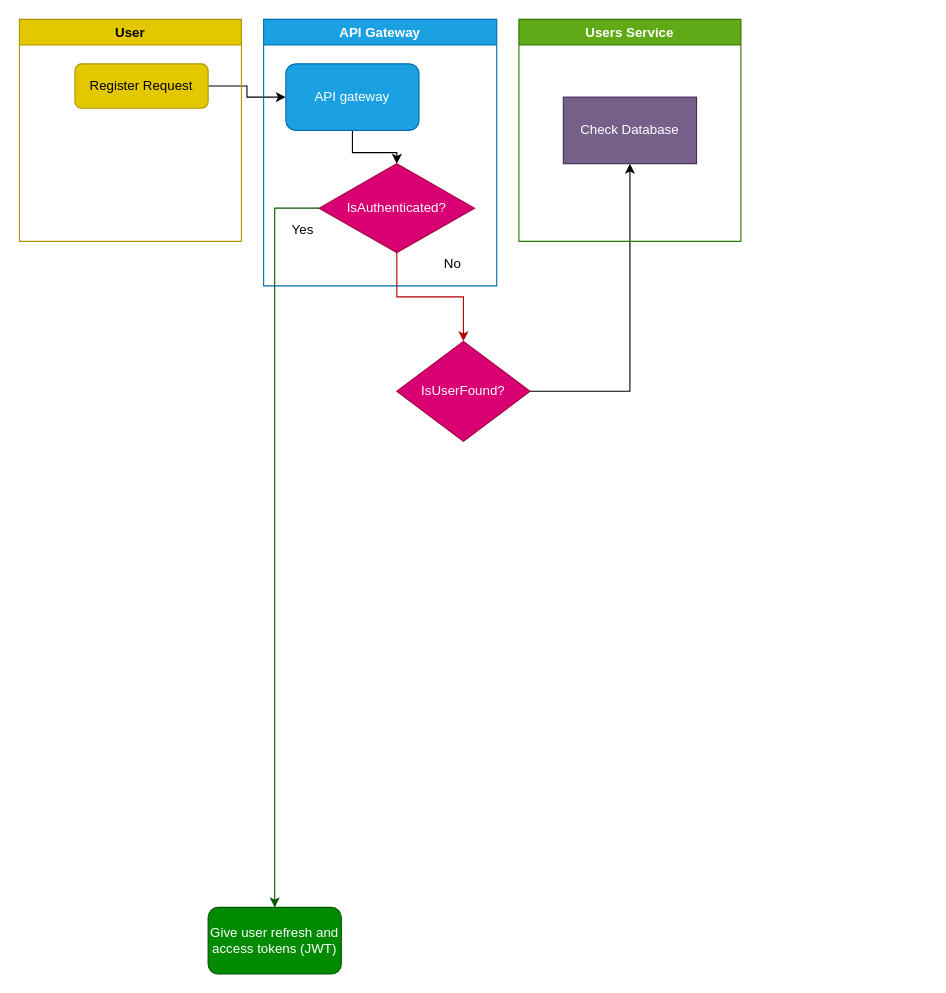
Above: register-flow.drawio in rittaschool/diagrams (draw.io), before the change. Source tidied: cells renumbered, new cells numbered last; positions are measured from the earlier drawing's top-left corner, leaving out a move shared by most shapes. Both pictures are drawn from the tidied source at 111%, with x=0, y=0 at pixel (19, 19).
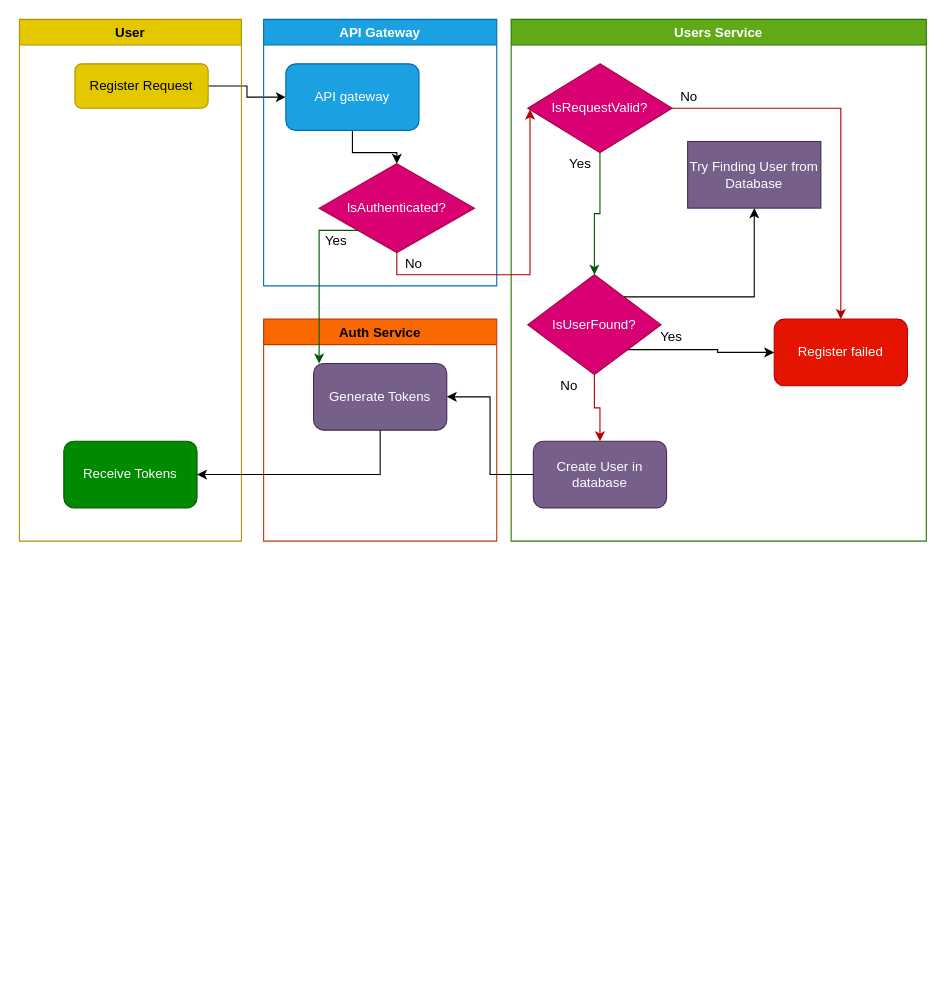
Above is the later version.

The change refers to these unchanged cells:
```xml
<mxCell id="3" value="API Gateway" style="swimlane;fillColor=#1ba1e2;fontColor=#ffffff;strokeColor=#006EAF;" parent="1" vertex="1">
  <mxGeometry x="220" width="210" height="240" as="geometry" />
</mxCell>
<mxCell id="6" value="IsAuthenticated?" style="rhombus;whiteSpace=wrap;html=1;fillColor=#d80073;fontColor=#ffffff;strokeColor=#A50040;" parent="3" vertex="1">
  <mxGeometry x="50" y="130" width="140" height="80" as="geometry" />
</mxCell>
```

What changed in the source:
```diff
@@
     <mxCell id="7" value="Yes" style="text;html=1;align=center;verticalAlign=middle;strokeColor=none;fillColor=none;" parent="3" vertex="1">
-      <mxGeometry x="20" y="180" width="30" height="20" as="geometry" />
+      <mxGeometry x="50" y="190" width="30" height="20" as="geometry" />
     </mxCell>
+    <mxCell id="13" value="No" style="text;html=1;align=center;verticalAlign=middle;strokeColor=none;fillColor=none;" parent="3" vertex="1">
+      <mxGeometry x="120" y="210" width="30" height="20" as="geometry" />
+    </mxCell>
+    <mxCell id="14" value="Users Service" style="swimlane;fillColor=#60a917;fontColor=#ffffff;strokeColor=#2D7600;" parent="1" vertex="1">
+      <mxGeometry x="443" width="374" height="470" as="geometry" />
+    </mxCell>
+    <mxCell id="18" style="edgeStyle=orthogonalEdgeStyle;rounded=0;jettySize=auto;html=1;exitX=0.5;exitY=1;exitDx=0;exitDy=0;fillColor=#e51400;strokeColor=#B20000;" parent="14" edge="1" source="11" target="26">
+      <mxGeometry relative="1" as="geometry" />
+    </mxCell>
+    <mxCell id="19" style="edgeStyle=orthogonalEdgeStyle;rounded=0;jettySize=auto;html=1;exitX=1;exitY=1;exitDx=0;exitDy=0;" parent="14" edge="1" source="11" target="27">
+      <mxGeometry relative="1" as="geometry" />
+    </mxCell>
+    <mxCell id="11" value="IsUserFound?" style="rhombus;whiteSpace=wrap;html=1;fillColor=#d80073;fontColor=#ffffff;strokeColor=#A50040;" parent="14" vertex="1">
+      <mxGeometry x="15" y="230" width="120" height="90" as="geometry" />
+    </mxCell>
+    <mxCell id="20" value="Yes" style="text;html=1;align=center;verticalAlign=middle;strokeColor=none;fillColor=none;" parent="14" vertex="1">
+      <mxGeometry x="129" y="276" width="30" height="20" as="geometry" />
+    </mxCell>
+    <mxCell id="21" style="edgeStyle=orthogonalEdgeStyle;rounded=0;jettySize=auto;html=1;exitX=0.5;exitY=1;exitDx=0;exitDy=0;fillColor=#008a00;strokeColor=#005700;" parent="14" edge="1" source="22" target="11">
+      <mxGeometry relative="1" as="geometry" />
+    </mxCell>
+    <mxCell id="22" value="IsRequestValid?" style="rhombus;whiteSpace=wrap;html=1;fillColor=#d80073;fontColor=#ffffff;strokeColor=#A50040;" parent="14" vertex="1">
+      <mxGeometry x="15" y="40" width="130" height="80" as="geometry" />
+    </mxCell>
+    <mxCell id="23" value="No" style="text;html=1;align=center;verticalAlign=middle;strokeColor=none;fillColor=none;" parent="14" vertex="1">
+      <mxGeometry x="145" y="60" width="30" height="20" as="geometry" />
+    </mxCell>
+    <mxCell id="24" value="Yes" style="text;html=1;align=center;verticalAlign=middle;strokeColor=none;fillColor=none;" parent="14" vertex="1">
+      <mxGeometry x="47" y="120" width="30" height="20" as="geometry" />
+    </mxCell>
+    <mxCell id="25" value="No" style="text;html=1;align=center;verticalAlign=middle;strokeColor=none;fillColor=none;" parent="14" vertex="1">
+      <mxGeometry x="37" y="320" width="30" height="20" as="geometry" />
+    </mxCell>
+    <mxCell id="15" value="Try Finding User from Database" style="whiteSpace=wrap;html=1;fontColor=#ffffff;strokeColor=#432D57;fillColor=#76608a;" parent="14" vertex="1">
+      <mxGeometry x="159" y="110" width="120" height="60" as="geometry" />
+    </mxCell>
+    <mxCell id="10" style="edgeStyle=orthogonalEdgeStyle;rounded=0;jettySize=auto;html=1;" parent="14" edge="1" source="11" target="15">
+      <mxGeometry relative="1" as="geometry">
+        <Array as="points">
+          <mxPoint x="219" y="250" />
+        </Array>
+      </mxGeometry>
+    </mxCell>
+    <mxCell id="26" value="Create User in database" style="rounded=1;whiteSpace=wrap;html=1;fillColor=#76608a;fontColor=#ffffff;strokeColor=#432D57;" parent="14" vertex="1">
+      <mxGeometry x="20" y="380" width="120" height="60" as="geometry" />
+    </mxCell>
+    <mxCell id="27" value="Register failed" style="whiteSpace=wrap;html=1;rounded=1;fillColor=#e51400;fontColor=#ffffff;strokeColor=#B20000;" parent="14" vertex="1">
+      <mxGeometry x="237" y="270" width="120" height="60" as="geometry" />
+    </mxCell>
+    <mxCell id="28" style="edgeStyle=orthogonalEdgeStyle;rounded=0;jettySize=auto;html=1;exitX=1;exitY=0.5;exitDx=0;exitDy=0;fillColor=#e51400;strokeColor=#B20000;" parent="14" edge="1" source="22" target="27">
+      <mxGeometry relative="1" as="geometry" />
+    </mxCell>
+    <mxCell id="16" value="User" style="swimlane;fillColor=#e3c800;fontColor=#000000;strokeColor=#B09500;" parent="1" vertex="1">
+      <mxGeometry width="200" height="470" as="geometry" />
+    </mxCell>
+    <mxCell id="17" value="Register Request" style="rounded=1;whiteSpace=wrap;html=1;fontSize=12;glass=0;strokeWidth=1;shadow=0;fillColor=#e3c800;fontColor=#000000;strokeColor=#B09500;" parent="16" vertex="1">
+      <mxGeometry x="50" y="40" width="120" height="40" as="geometry" />
+    </mxCell>
+    <mxCell id="29" value="Receive Tokens" style="whiteSpace=wrap;html=1;rounded=1;fillColor=#008a00;fontColor=#ffffff;strokeColor=#005700;" parent="16" vertex="1">
+      <mxGeometry x="40" y="380" width="120" height="60" as="geometry" />
+    </mxCell>
+    <mxCell id="30" style="edgeStyle=orthogonalEdgeStyle;rounded=0;jettySize=auto;html=1;exitX=0.5;exitY=1;exitDx=0;exitDy=0;fillColor=#e51400;strokeColor=#B20000;" parent="1" edge="1" source="6" target="22">
+      <mxGeometry relative="1" as="geometry">
+        <Array as="points">
+          <mxPoint x="340" y="230" />
+          <mxPoint x="460" y="230" />
+        </Array>
+      </mxGeometry>
+    </mxCell>
+    <mxCell id="31" value="Auth Service" style="swimlane;fillColor=#fa6800;fontColor=#000000;strokeColor=#C73500;" parent="1" vertex="1">
+      <mxGeometry x="220" y="270" width="210" height="200" as="geometry" />
+    </mxCell>
-    <mxCell id="8" value="Give user refresh and access tokens (JWT)" style="whiteSpace=wrap;html=1;rounded=1;fillColor=#008a00;fontColor=#ffffff;strokeColor=#005700;" parent="1" vertex="1">
-      <mxGeometry x="170" y="800" width="120" height="60" as="geometry" />
+    <mxCell id="8" value="Generate Tokens" style="whiteSpace=wrap;html=1;rounded=1;fillColor=#76608a;fontColor=#ffffff;strokeColor=#432D57;" parent="31" vertex="1">
+      <mxGeometry x="45" y="40" width="120" height="60" as="geometry" />
     </mxCell>
-    <mxCell id="9" style="edgeStyle=orthogonalEdgeStyle;rounded=0;jettySize=auto;html=1;exitX=0;exitY=0.5;exitDx=0;exitDy=0;fillColor=#008a00;strokeColor=#005700;" parent="1" edge="1" source="6" target="8">
-      <mxGeometry relative="1" as="geometry" />
+    <mxCell id="9" style="edgeStyle=orthogonalEdgeStyle;rounded=0;jettySize=auto;html=1;exitX=0;exitY=1;exitDx=0;exitDy=0;fontColor=#FFFFFF;fillColor=#008a00;strokeColor=#005700;" parent="1" edge="1" source="6" target="8">
+      <mxGeometry relative="1" as="geometry">
+        <Array as="points">
+          <mxPoint x="270" y="190" />
+        </Array>
+      </mxGeometry>
     </mxCell>
-    <mxCell id="10" style="edgeStyle=orthogonalEdgeStyle;rounded=0;jettySize=auto;html=1;" parent="1" edge="1" source="11" target="15">
-      <mxGeometry relative="1" as="geometry" />
-    </mxCell>
-    <mxCell id="11" value="IsUserFound?" style="rhombus;whiteSpace=wrap;html=1;fillColor=#d80073;fontColor=#ffffff;strokeColor=#A50040;" parent="1" vertex="1">
-      <mxGeometry x="340" y="290" width="120" height="90" as="geometry" />
-    </mxCell>
-    <mxCell id="12" style="edgeStyle=orthogonalEdgeStyle;rounded=0;jettySize=auto;html=1;exitX=0.5;exitY=1;exitDx=0;exitDy=0;fillColor=#e51400;strokeColor=#B20000;" parent="1" edge="1" source="6" target="11">
-      <mxGeometry relative="1" as="geometry" />
-    </mxCell>
-    <mxCell id="13" value="No" style="text;html=1;align=center;verticalAlign=middle;strokeColor=none;fillColor=none;" parent="1" vertex="1">
-      <mxGeometry x="375" y="210" width="30" height="20" as="geometry" />
-    </mxCell>
-    <mxCell id="14" value="Users Service" style="swimlane;fillColor=#60a917;fontColor=#ffffff;strokeColor=#2D7600;" parent="1" vertex="1">
-      <mxGeometry x="450" width="200" height="200" as="geometry" />
-    </mxCell>
-    <mxCell id="15" value="Check Database" style="whiteSpace=wrap;html=1;fontColor=#ffffff;strokeColor=#432D57;fillColor=#76608a;" parent="14" vertex="1">
-      <mxGeometry x="40" y="70" width="120" height="60" as="geometry" />
-    </mxCell>
-    <mxCell id="16" value="User" style="swimlane;fillColor=#e3c800;fontColor=#000000;strokeColor=#B09500;" parent="1" vertex="1">
-      <mxGeometry width="200" height="200" as="geometry" />
-    </mxCell>
-    <mxCell id="17" value="Register Request" style="rounded=1;whiteSpace=wrap;html=1;fontSize=12;glass=0;strokeWidth=1;shadow=0;fillColor=#e3c800;fontColor=#000000;strokeColor=#B09500;" parent="16" vertex="1">
-      <mxGeometry x="50" y="40" width="120" height="40" as="geometry" />
-    </mxCell>
+    <mxCell id="32" style="edgeStyle=orthogonalEdgeStyle;rounded=0;jettySize=auto;html=1;exitX=0;exitY=0.5;exitDx=0;exitDy=0;entryX=1;entryY=0.5;entryDx=0;entryDy=0;fontColor=#FFFFFF;" parent="1" edge="1" source="26" target="8">
+      <mxGeometry relative="1" as="geometry" />
+    </mxCell>
+    <mxCell id="33" style="edgeStyle=orthogonalEdgeStyle;rounded=0;jettySize=auto;html=1;fontColor=#FFFFFF;" parent="1" edge="1" source="8" target="29">
+      <mxGeometry relative="1" as="geometry">
+        <Array as="points">
+          <mxPoint x="325" y="410" />
+        </Array>
+      </mxGeometry>
+    </mxCell>
```
